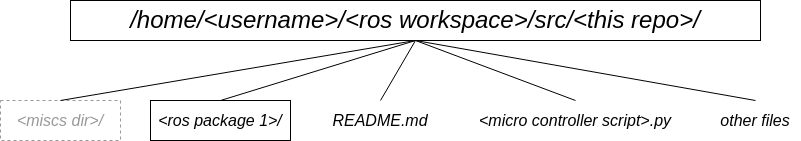
This is repo_structure.png from linzhangUCA/4421tpl-robot_setup, a draw.io export, as it was before one commit. Source tidied: cells renumbered, new cells last; positions are measured from the earlier drawing's top-left corner, leaving out a move shared by most shapes. The source it was exported from:
```xml
<mxGraphModel>
  <root>
    <mxCell id="0" />
    <mxCell id="1" parent="0" />
    <mxCell id="2" value="/home/&amp;lt;username&amp;gt;/&amp;lt;ros workspace&amp;gt;/src/&amp;lt;this repo&amp;gt;/" style="rounded=0;whiteSpace=wrap;html=1;fontSize=24;fontStyle=2;" parent="1" vertex="1">
      <mxGeometry x="70" width="690" height="40" as="geometry" />
    </mxCell>
    <mxCell id="3" value="&amp;lt;miscs dir&amp;gt;/" style="rounded=0;whiteSpace=wrap;html=1;fontSize=16;fontStyle=2;dashed=1;fontColor=#999999;strokeColor=#999999;" parent="1" vertex="1">
      <mxGeometry y="100" width="120" height="40" as="geometry" />
    </mxCell>
    <mxCell id="4" value="&amp;lt;ros package 1&amp;gt;/" style="rounded=0;whiteSpace=wrap;html=1;fontSize=16;fontStyle=2;" parent="1" vertex="1">
      <mxGeometry x="150" y="100" width="140" height="40" as="geometry" />
    </mxCell>
    <mxCell id="5" value="README.md" style="rounded=0;whiteSpace=wrap;html=1;fontSize=16;fontStyle=2;strokeColor=none;" parent="1" vertex="1">
      <mxGeometry x="320" y="100" width="120" height="40" as="geometry" />
    </mxCell>
    <mxCell id="6" style="endArrow=none;html=1;rounded=0;fontSize=24;entryX=0.5;entryY=1;entryDx=0;entryDy=0;exitX=0.5;exitY=0;exitDx=0;exitDy=0;" parent="1" edge="1" source="3" target="2">
      <mxGeometry relative="1" as="geometry" />
    </mxCell>
    <mxCell id="7" style="endArrow=none;html=1;rounded=0;fontSize=24;entryX=0.5;entryY=1;entryDx=0;entryDy=0;exitX=0.5;exitY=0;exitDx=0;exitDy=0;" parent="1" edge="1" source="4" target="2">
      <mxGeometry relative="1" as="geometry" />
    </mxCell>
    <mxCell id="8" style="endArrow=none;html=1;rounded=0;fontSize=24;entryX=0.5;entryY=1;entryDx=0;entryDy=0;exitX=0.5;exitY=0;exitDx=0;exitDy=0;" parent="1" edge="1" source="5" target="2">
      <mxGeometry relative="1" as="geometry" />
    </mxCell>
    <mxCell id="9" value="&amp;lt;micro controller script&amp;gt;.py" style="rounded=0;whiteSpace=wrap;html=1;fontSize=16;fontStyle=2;strokeColor=none;" parent="1" vertex="1">
      <mxGeometry x="470" y="100" width="210" height="40" as="geometry" />
    </mxCell>
    <mxCell id="10" style="endArrow=none;html=1;rounded=0;fontSize=24;entryX=0.5;entryY=1;entryDx=0;entryDy=0;exitX=0.5;exitY=0;exitDx=0;exitDy=0;" parent="1" edge="1" source="9" target="2">
      <mxGeometry relative="1" as="geometry" />
    </mxCell>
    <mxCell id="11" value="other files" style="rounded=0;whiteSpace=wrap;html=1;fontSize=16;fontStyle=2;strokeColor=none;" parent="1" vertex="1">
      <mxGeometry x="710" y="100" width="90" height="40" as="geometry" />
    </mxCell>
    <mxCell id="12" style="endArrow=none;html=1;rounded=0;fontSize=24;entryX=0.5;entryY=1;entryDx=0;entryDy=0;exitX=0.5;exitY=0;exitDx=0;exitDy=0;" parent="1" edge="1" source="11" target="2">
      <mxGeometry relative="1" as="geometry" />
    </mxCell>
  </root>
</mxGraphModel>
```
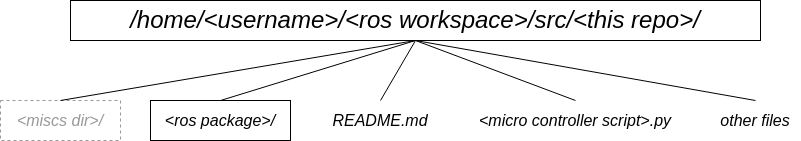
Above is the later version.

What changed in the source:
```diff
@@ -8,7 +8,7 @@
     <mxCell id="3" value="&amp;lt;miscs dir&amp;gt;/" style="rounded=0;whiteSpace=wrap;html=1;fontSize=16;fontStyle=2;dashed=1;fontColor=#999999;strokeColor=#999999;" parent="1" vertex="1">
       <mxGeometry y="100" width="120" height="40" as="geometry" />
     </mxCell>
-    <mxCell id="4" value="&amp;lt;ros package 1&amp;gt;/" style="rounded=0;whiteSpace=wrap;html=1;fontSize=16;fontStyle=2;" parent="1" vertex="1">
+    <mxCell id="4" value="&amp;lt;ros package&amp;gt;/" style="rounded=0;whiteSpace=wrap;html=1;fontSize=16;fontStyle=2;" parent="1" vertex="1">
       <mxGeometry x="150" y="100" width="140" height="40" as="geometry" />
     </mxCell>
     <mxCell id="5" value="README.md" style="rounded=0;whiteSpace=wrap;html=1;fontSize=16;fontStyle=2;strokeColor=none;" parent="1" vertex="1">
```
